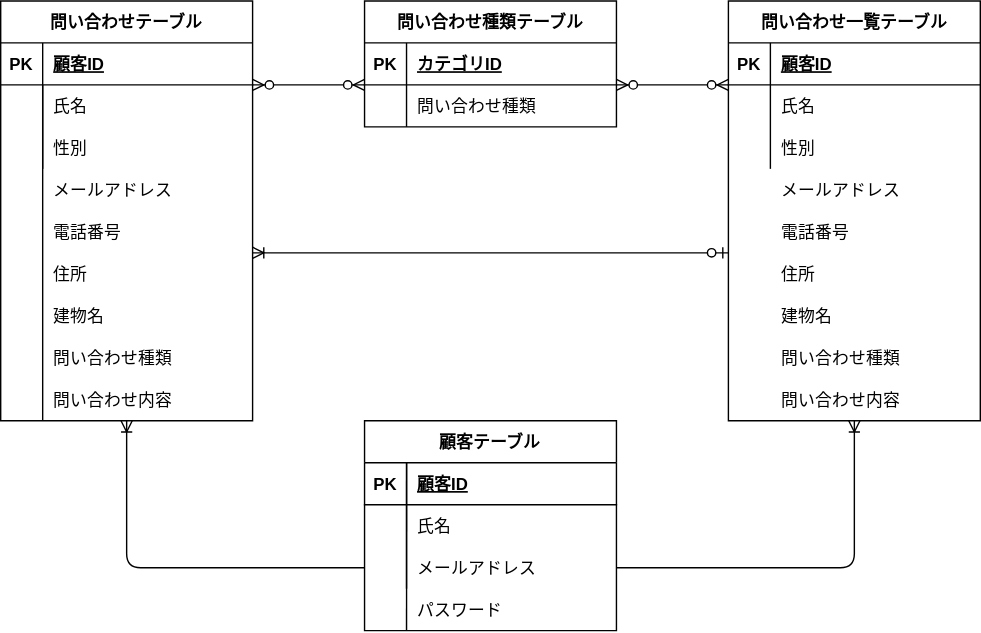
Before: test.drawio.svg, a diagram exported from draw.io (tetutora/contact-form-test). Source tidied: cells renumbered, new cells last; positions are measured from the earlier drawing's top-left corner, leaving out a move shared by most shapes.
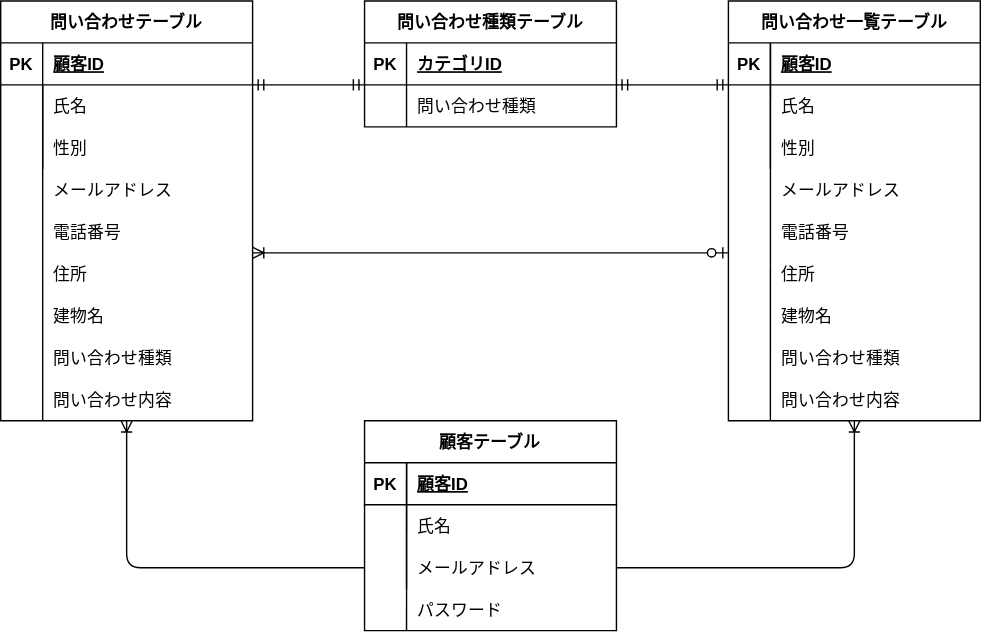
Later version of the same file.

Change to the diagram source:
```diff
@@ -156,18 +156,6 @@
     <mxCell id="49" value="性別" style="shape=partialRectangle;fillColor=none;top=0;left=0;bottom=0;right=0;align=left;spacingLeft=6;overflow=hidden;" parent="47" vertex="1">
       <mxGeometry x="30" width="150" height="30" as="geometry" />
     </mxCell>
-    <mxCell id="50" style="edgeStyle=entityRelationEdgeStyle;fontSize=12;html=1;endArrow=ERzeroToMany;endFill=1;startArrow=ERzeroToMany;" parent="1" edge="1">
-      <mxGeometry relative="1" as="geometry">
-        <mxPoint x="180" y="60" as="sourcePoint" />
-        <mxPoint x="260" y="60" as="targetPoint" />
-      </mxGeometry>
-    </mxCell>
-    <mxCell id="51" style="edgeStyle=entityRelationEdgeStyle;fontSize=12;html=1;endArrow=ERzeroToMany;endFill=1;startArrow=ERzeroToMany;" parent="1" edge="1">
-      <mxGeometry relative="1" as="geometry">
-        <mxPoint x="440" y="60" as="sourcePoint" />
-        <mxPoint x="520" y="60" as="targetPoint" />
-      </mxGeometry>
-    </mxCell>
     <mxCell id="52" style="fontSize=12;html=1;endArrow=ERoneToMany;edgeStyle=orthogonalEdgeStyle;exitX=1;exitY=0.5;exitDx=0;exitDy=0;entryX=0.5;entryY=1;entryDx=0;entryDy=0;" parent="1" edge="1" source="32" target="40">
       <mxGeometry relative="1" as="geometry" />
     </mxCell>
@@ -189,5 +177,22 @@
     <mxCell id="58" value="問い合わせ内容" style="shape=partialRectangle;fillColor=none;top=0;left=0;bottom=0;right=0;align=left;spacingLeft=6;overflow=hidden;" parent="1" vertex="1">
       <mxGeometry x="550" y="270" width="150" height="30" as="geometry" />
     </mxCell>
+    <mxCell id="59" style="edgeStyle=entityRelationEdgeStyle;fontSize=12;html=1;endArrow=ERmandOne;startArrow=ERmandOne;" parent="1" edge="1">
+      <mxGeometry relative="1" as="geometry">
+        <mxPoint x="180" y="60" as="sourcePoint" />
+        <mxPoint x="260" y="60" as="targetPoint" />
+      </mxGeometry>
+    </mxCell>
+    <mxCell id="60" style="edgeStyle=entityRelationEdgeStyle;fontSize=12;html=1;endArrow=ERmandOne;startArrow=ERmandOne;" parent="1" edge="1">
+      <mxGeometry relative="1" as="geometry">
+        <mxPoint x="440" y="60" as="sourcePoint" />
+        <mxPoint x="520" y="60" as="targetPoint" />
+      </mxGeometry>
+    </mxCell>
+    <mxCell id="61" style="endArrow=none;html=1;rounded=0;entryX=0.167;entryY=0.033;entryDx=0;entryDy=0;entryPerimeter=0;" parent="1" edge="1" target="41">
+      <mxGeometry relative="1" as="geometry">
+        <mxPoint x="550" y="300" as="sourcePoint" />
+      </mxGeometry>
+    </mxCell>
   </root>
 </mxGraphModel>
```
